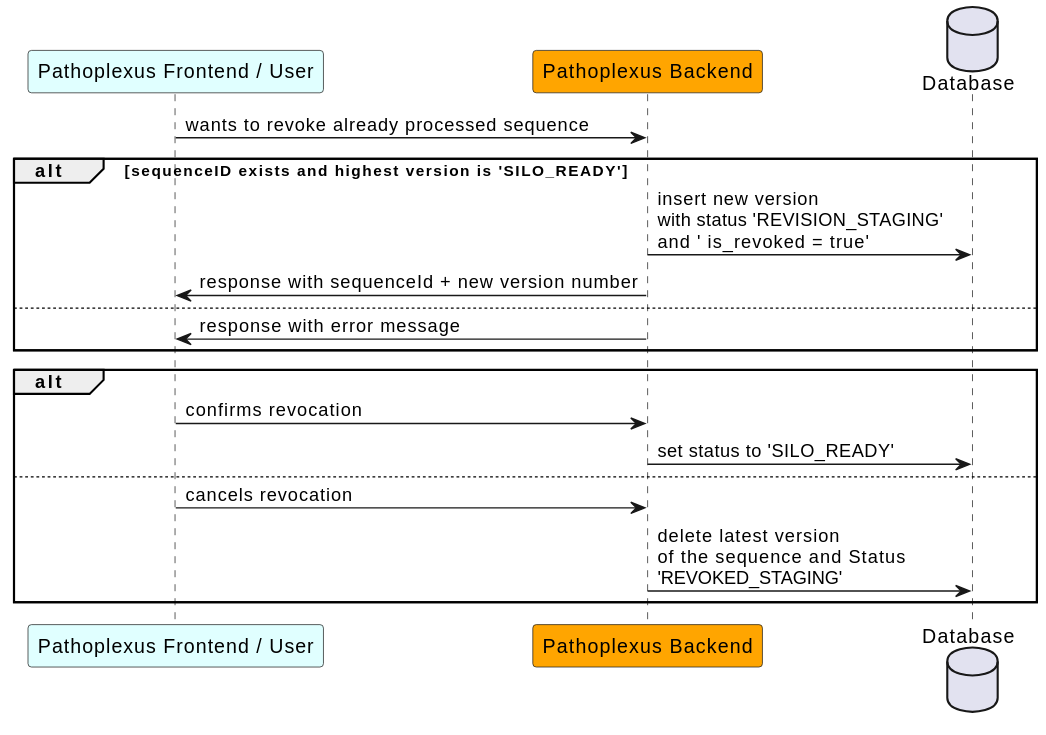
The PlantUML diagram backend/docs/plantuml/sequenceRevocation.svg in loculus-project/loculus, before a commit.
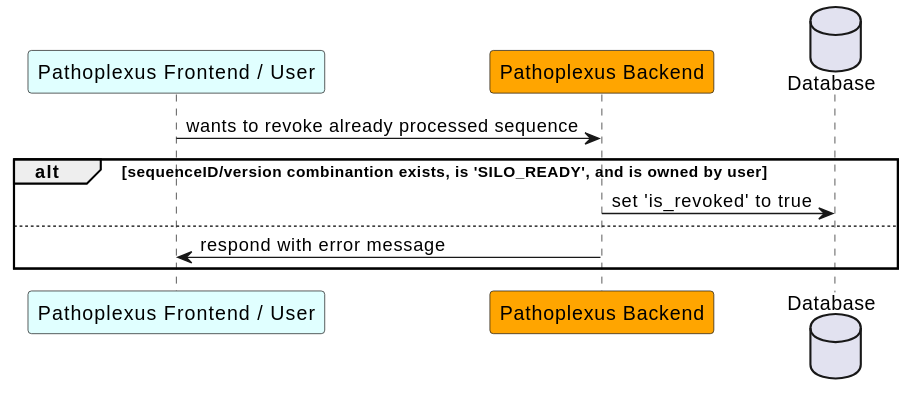
Above is the later version.

Commit message:
doc(backend): propose simpler submission flow

What changed in the source:
```diff
@@ -5,18 +5,9 @@
 
     frontend -> backend: wants to revoke already processed sequence
 
-     alt sequenceID exists and highest version is 'SILO_READY'
-        backend -> DB: insert new version\nwith status 'REVISION_STAGING' \nand ' is_revoked = true'
-    backend -> frontend: response with sequenceId + new version number
+    alt sequenceID/version combinantion exists, is 'SILO_READY', and is owned by user
+        backend -> DB: set 'is_revoked' to true
     else
-        backend -> frontend: response with error message
-    end
-
-    alt
-        frontend -> backend: confirms revocation
-        backend -> DB: set status to 'SILO_READY'
-    else
-        frontend -> backend: cancels revocation
-        backend -> DB: delete latest version \nof the sequence and Status \n'REVOKED_STAGING'
+        backend -> frontend: respond with error message
     end
 @enduml
```
